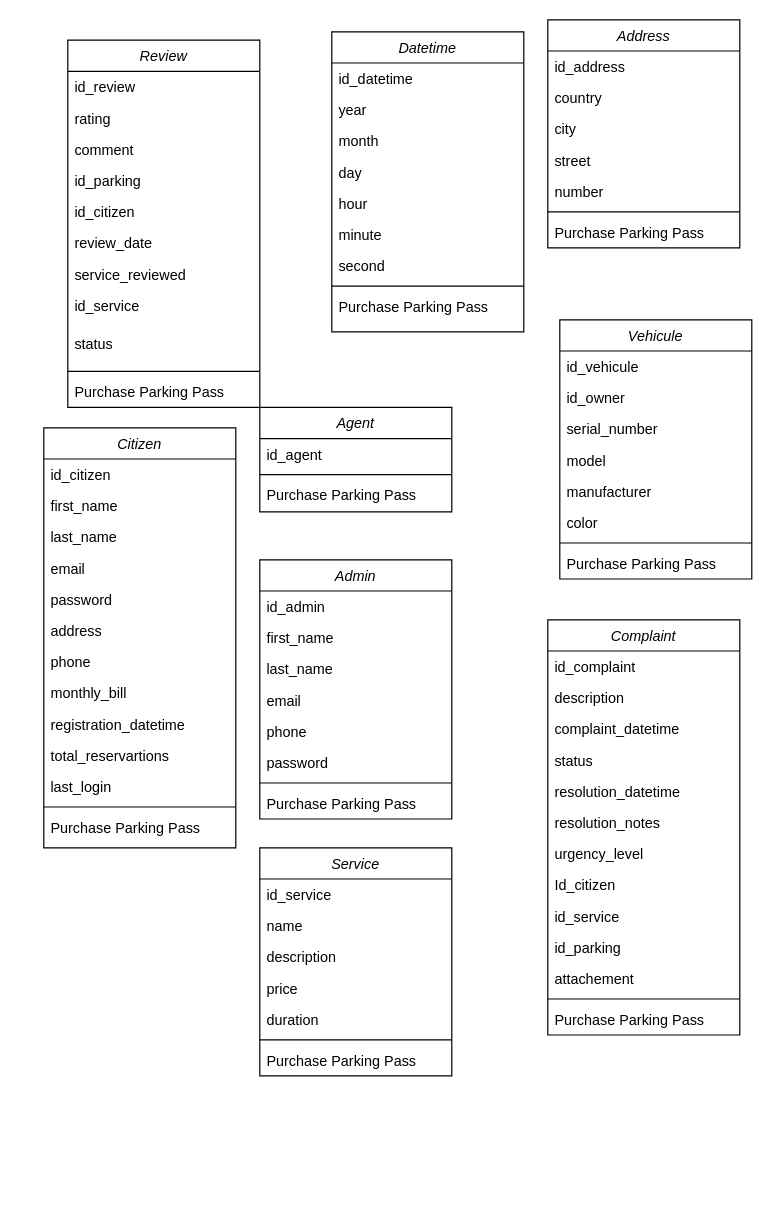
This is docs/Untitled Diagram.drawio from anomaly1095/parky, a draw.io file, before an edit. Source tidied: cells renumbered, new cells numbered last; positions are measured from the earlier drawing's top-left corner, leaving out a move shared by most shapes. Both pictures are drawn from the tidied source at 120%, with x=0, y=0 at pixel (43, 19).
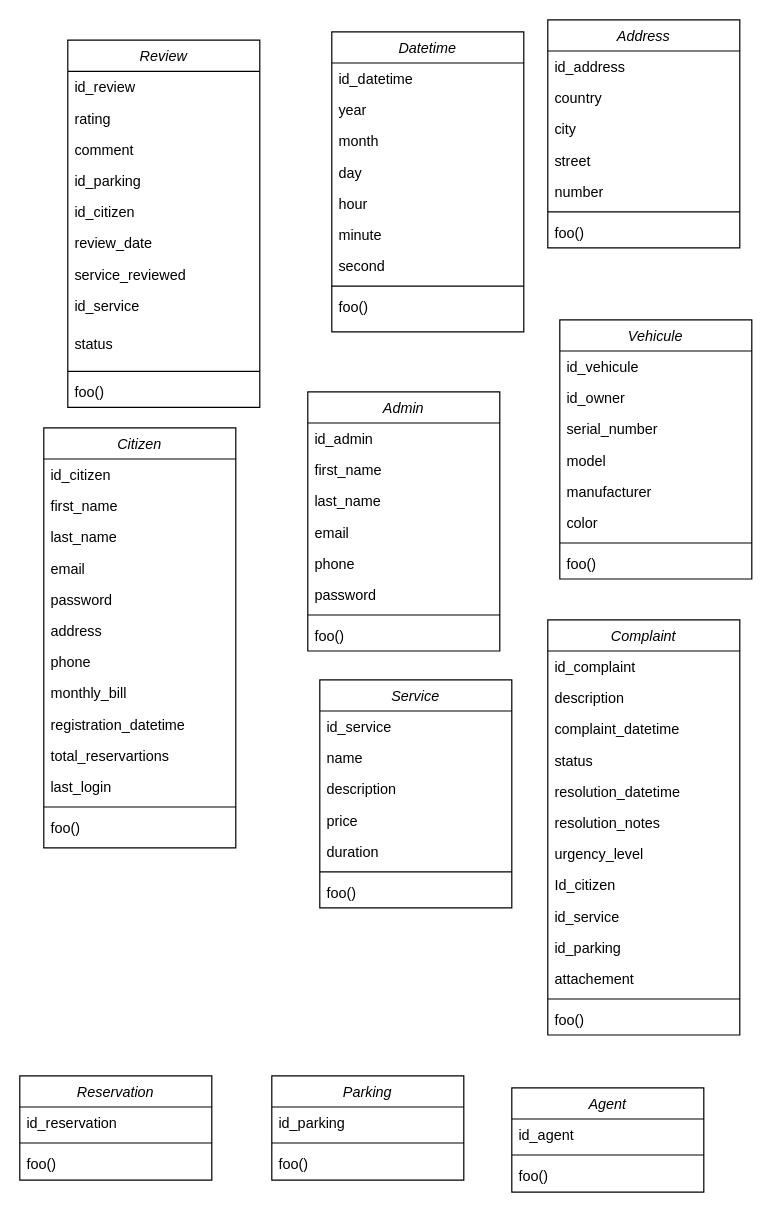
The same page after the edit.

Commit message:
Update Untitled Diagram.drawio, Agent and reservation and parking are left for Fedi selma and amine. we also need to do the associations thru foreign keys

Unchanged cells that the change refers to:
```xml
<mxCell id="2" value="Address" style="swimlane;fontStyle=2;align=center;verticalAlign=top;horizontal=1;startSize=26;rounded=0;shadow=0;strokeWidth=1;" parent="1" vertex="1">
  <mxGeometry x="420" width="160" height="190" as="geometry" />
</mxCell>
<mxCell id="10" value="Review" style="swimlane;fontStyle=2;align=center;verticalAlign=top;horizontal=1;startSize=26;rounded=0;shadow=0;strokeWidth=1;" parent="1" vertex="1">
  <mxGeometry x="20" y="17" width="160" height="306" as="geometry" />
</mxCell>
<mxCell id="22" value="Complaint" style="swimlane;fontStyle=2;align=center;verticalAlign=top;horizontal=1;startSize=26;rounded=0;shadow=0;strokeWidth=1;" parent="1" vertex="1">
  <mxGeometry x="420" y="500" width="160" height="346" as="geometry" />
</mxCell>
<mxCell id="36" value="Datetime" style="swimlane;fontStyle=2;align=center;verticalAlign=top;horizontal=1;startSize=26;rounded=0;shadow=0;strokeWidth=1;" parent="1" vertex="1">
  <mxGeometry x="240" y="10" width="160" height="250" as="geometry" />
</mxCell>
<mxCell id="46" value="Vehicule" style="swimlane;fontStyle=2;align=center;verticalAlign=top;horizontal=1;startSize=26;rounded=0;shadow=0;strokeWidth=1;" parent="1" vertex="1">
  <mxGeometry x="430" y="250" width="160" height="216" as="geometry" />
</mxCell>
<mxCell id="55" value="Citizen" style="swimlane;fontStyle=2;align=center;verticalAlign=top;horizontal=1;startSize=26;rounded=0;shadow=0;strokeWidth=1;" parent="1" vertex="1">
  <mxGeometry y="340" width="160" height="350" as="geometry" />
</mxCell>
```

The edit, as a diff of the source:
```diff
@@
-    <mxCell id="9" value="Purchase Parking Pass" style="text;align=left;verticalAlign=top;spacingLeft=4;spacingRight=4;overflow=hidden;" parent="2" vertex="1">
+    <mxCell id="9" value="foo()" style="text;align=left;verticalAlign=top;spacingLeft=4;spacingRight=4;overflow=hidden;" parent="2" vertex="1">
       <mxGeometry y="164" width="160" height="26" as="geometry" />
     </mxCell>
@@
-    <mxCell id="21" value="Purchase Parking Pass" style="text;align=left;verticalAlign=top;spacingLeft=4;spacingRight=4;overflow=hidden;" parent="10" vertex="1">
+    <mxCell id="21" value="foo()" style="text;align=left;verticalAlign=top;spacingLeft=4;spacingRight=4;overflow=hidden;" parent="10" vertex="1">
       <mxGeometry y="280" width="160" height="26" as="geometry" />
     </mxCell>
@@
-    <mxCell id="35" value="Purchase Parking Pass" style="text;align=left;verticalAlign=top;spacingLeft=4;spacingRight=4;overflow=hidden;" parent="22" vertex="1">
+    <mxCell id="35" value="foo()" style="text;align=left;verticalAlign=top;spacingLeft=4;spacingRight=4;overflow=hidden;" parent="22" vertex="1">
       <mxGeometry y="320" width="160" height="26" as="geometry" />
     </mxCell>
@@
-    <mxCell id="45" value="Purchase Parking Pass" style="text;align=left;verticalAlign=top;spacingLeft=4;spacingRight=4;overflow=hidden;" parent="36" vertex="1">
+    <mxCell id="45" value="foo()" style="text;align=left;verticalAlign=top;spacingLeft=4;spacingRight=4;overflow=hidden;" parent="36" vertex="1">
       <mxGeometry y="216" width="160" height="26" as="geometry" />
     </mxCell>
@@
-    <mxCell id="54" value="Purchase Parking Pass" style="text;align=left;verticalAlign=top;spacingLeft=4;spacingRight=4;overflow=hidden;" parent="46" vertex="1">
+    <mxCell id="54" value="foo()" style="text;align=left;verticalAlign=top;spacingLeft=4;spacingRight=4;overflow=hidden;" parent="46" vertex="1">
       <mxGeometry y="190" width="160" height="26" as="geometry" />
     </mxCell>
@@
-    <mxCell id="68" value="Purchase Parking Pass" style="text;align=left;verticalAlign=top;spacingLeft=4;spacingRight=4;overflow=hidden;" parent="55" vertex="1">
+    <mxCell id="68" value="foo()" style="text;align=left;verticalAlign=top;spacingLeft=4;spacingRight=4;overflow=hidden;" parent="55" vertex="1">
       <mxGeometry y="320" width="160" height="26" as="geometry" />
     </mxCell>
     <mxCell id="69" value="Agent" style="swimlane;fontStyle=2;align=center;verticalAlign=top;horizontal=1;startSize=26;rounded=0;shadow=0;strokeWidth=1;" parent="1" vertex="1">
-      <mxGeometry x="180" y="323" width="160" height="87" as="geometry" />
+      <mxGeometry x="390" y="890" width="160" height="87" as="geometry" />
     </mxCell>
@@
-    <mxCell id="72" value="Purchase Parking Pass" style="text;align=left;verticalAlign=top;spacingLeft=4;spacingRight=4;overflow=hidden;" parent="69" vertex="1">
+    <mxCell id="72" value="foo()" style="text;align=left;verticalAlign=top;spacingLeft=4;spacingRight=4;overflow=hidden;" parent="69" vertex="1">
       <mxGeometry y="60" width="160" height="26" as="geometry" />
     </mxCell>
     <mxCell id="73" value="Admin" style="swimlane;fontStyle=2;align=center;verticalAlign=top;horizontal=1;startSize=26;rounded=0;shadow=0;strokeWidth=1;" parent="1" vertex="1">
-      <mxGeometry x="180" y="450" width="160" height="216" as="geometry" />
+      <mxGeometry x="220" y="310" width="160" height="216" as="geometry" />
     </mxCell>
@@
-    <mxCell id="81" value="Purchase Parking Pass" style="text;align=left;verticalAlign=top;spacingLeft=4;spacingRight=4;overflow=hidden;" parent="73" vertex="1">
+    <mxCell id="81" value="foo()" style="text;align=left;verticalAlign=top;spacingLeft=4;spacingRight=4;overflow=hidden;" parent="73" vertex="1">
       <mxGeometry y="190" width="160" height="26" as="geometry" />
     </mxCell>
     <mxCell id="82" value="Service" style="swimlane;fontStyle=2;align=center;verticalAlign=top;horizontal=1;startSize=26;rounded=0;shadow=0;strokeWidth=1;" parent="1" vertex="1">
-      <mxGeometry x="180" y="690" width="160" height="190" as="geometry" />
+      <mxGeometry x="230" y="550" width="160" height="190" as="geometry" />
     </mxCell>
@@
-    <mxCell id="89" value="Purchase Parking Pass" style="text;align=left;verticalAlign=top;spacingLeft=4;spacingRight=4;overflow=hidden;" parent="82" vertex="1">
+    <mxCell id="89" value="foo()" style="text;align=left;verticalAlign=top;spacingLeft=4;spacingRight=4;overflow=hidden;" parent="82" vertex="1">
       <mxGeometry y="164" width="160" height="26" as="geometry" />
     </mxCell>
+    <mxCell id="90" value="Parking" style="swimlane;fontStyle=2;align=center;verticalAlign=top;horizontal=1;startSize=26;rounded=0;shadow=0;strokeWidth=1;" parent="1" vertex="1">
+      <mxGeometry x="190" y="880" width="160" height="87" as="geometry" />
+    </mxCell>
+    <mxCell id="91" value="id_parking" style="text;align=left;verticalAlign=top;spacingLeft=4;spacingRight=4;overflow=hidden;" parent="90" vertex="1">
+      <mxGeometry y="26" width="160" height="26" as="geometry" />
+    </mxCell>
+    <mxCell id="92" style="line;html=1;strokeWidth=1;align=left;verticalAlign=middle;spacingTop=-1;spacingLeft=3;spacingRight=3;labelPosition=right;" parent="90" vertex="1">
+      <mxGeometry y="52" width="160" height="8" as="geometry" />
+    </mxCell>
+    <mxCell id="93" value="foo()" style="text;align=left;verticalAlign=top;spacingLeft=4;spacingRight=4;overflow=hidden;" parent="90" vertex="1">
+      <mxGeometry y="60" width="160" height="26" as="geometry" />
+    </mxCell>
+    <mxCell id="94" value="Reservation" style="swimlane;fontStyle=2;align=center;verticalAlign=top;horizontal=1;startSize=26;rounded=0;shadow=0;strokeWidth=1;" parent="1" vertex="1">
+      <mxGeometry x="-20" y="880" width="160" height="87" as="geometry" />
+    </mxCell>
+    <mxCell id="95" value="id_reservation" style="text;align=left;verticalAlign=top;spacingLeft=4;spacingRight=4;overflow=hidden;" parent="94" vertex="1">
+      <mxGeometry y="26" width="160" height="26" as="geometry" />
+    </mxCell>
+    <mxCell id="96" style="line;html=1;strokeWidth=1;align=left;verticalAlign=middle;spacingTop=-1;spacingLeft=3;spacingRight=3;labelPosition=right;" parent="94" vertex="1">
+      <mxGeometry y="52" width="160" height="8" as="geometry" />
+    </mxCell>
+    <mxCell id="97" value="foo()" style="text;align=left;verticalAlign=top;spacingLeft=4;spacingRight=4;overflow=hidden;" parent="94" vertex="1">
+      <mxGeometry y="60" width="160" height="26" as="geometry" />
+    </mxCell>
```
